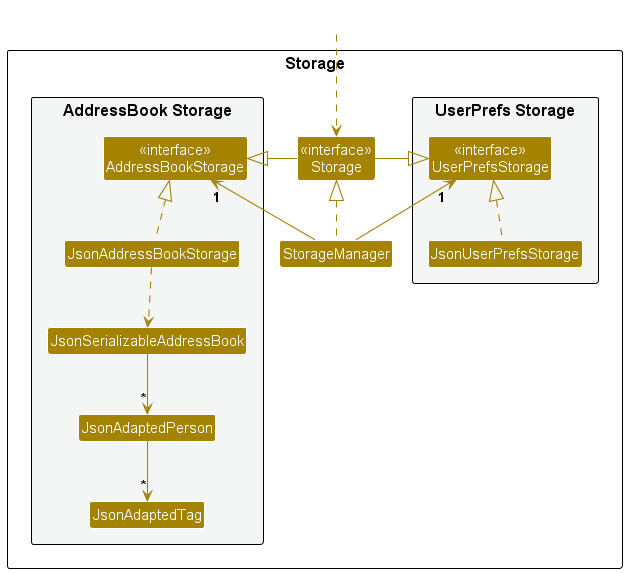
Above: docs/images/StorageClassDiagram.png in nus-cs2103-AY2425S1/tp (PlantUML), before the change.
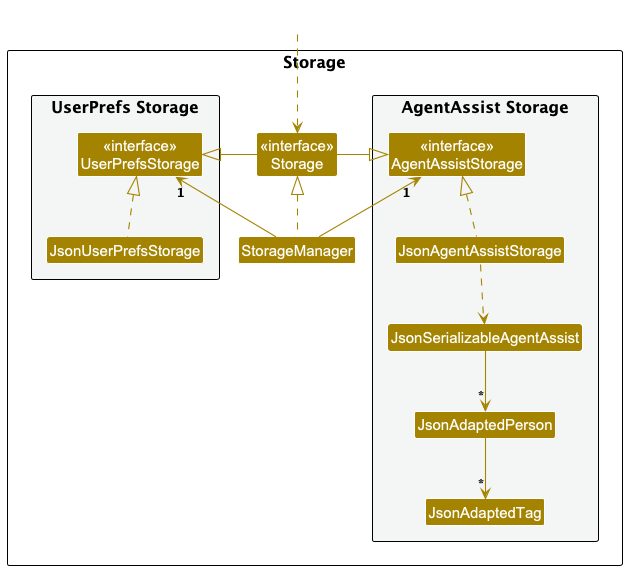
Above is the later version.

Diff of the diagram source:
```diff
@@ -14,10 +14,10 @@
 Class "<<interface>>\nStorage" as Storage
 Class StorageManager
 
-package "AddressBook Storage" #F4F6F6{
-Class "<<interface>>\nAddressBookStorage" as AddressBookStorage
-Class JsonAddressBookStorage
-Class JsonSerializableAddressBook
+package "AgentAssist Storage" #F4F6F6{
+Class "<<interface>>\nAgentAssistStorage" as AgentAssistStorage
+Class JsonAgentAssistStorage
+Class JsonSerializableAgentAssist
 Class JsonAdaptedPerson
 Class JsonAdaptedTag
 }
@@ -29,15 +29,15 @@
 
 StorageManager .up.|> Storage
 StorageManager -up-> "1" UserPrefsStorage
-StorageManager -up-> "1" AddressBookStorage
+StorageManager -up-> "1" AgentAssistStorage
 
 Storage -left-|> UserPrefsStorage
-Storage -right-|> AddressBookStorage
+Storage -right-|> AgentAssistStorage
 
 JsonUserPrefsStorage .up.|> UserPrefsStorage
-JsonAddressBookStorage .up.|> AddressBookStorage
-JsonAddressBookStorage ..> JsonSerializableAddressBook
-JsonSerializableAddressBook --> "*" JsonAdaptedPerson
+JsonAgentAssistStorage .up.|> AgentAssistStorage
+JsonAgentAssistStorage ..> JsonSerializableAgentAssist
+JsonSerializableAgentAssist --> "*" JsonAdaptedPerson
 JsonAdaptedPerson --> "*" JsonAdaptedTag
 
 @enduml
```
